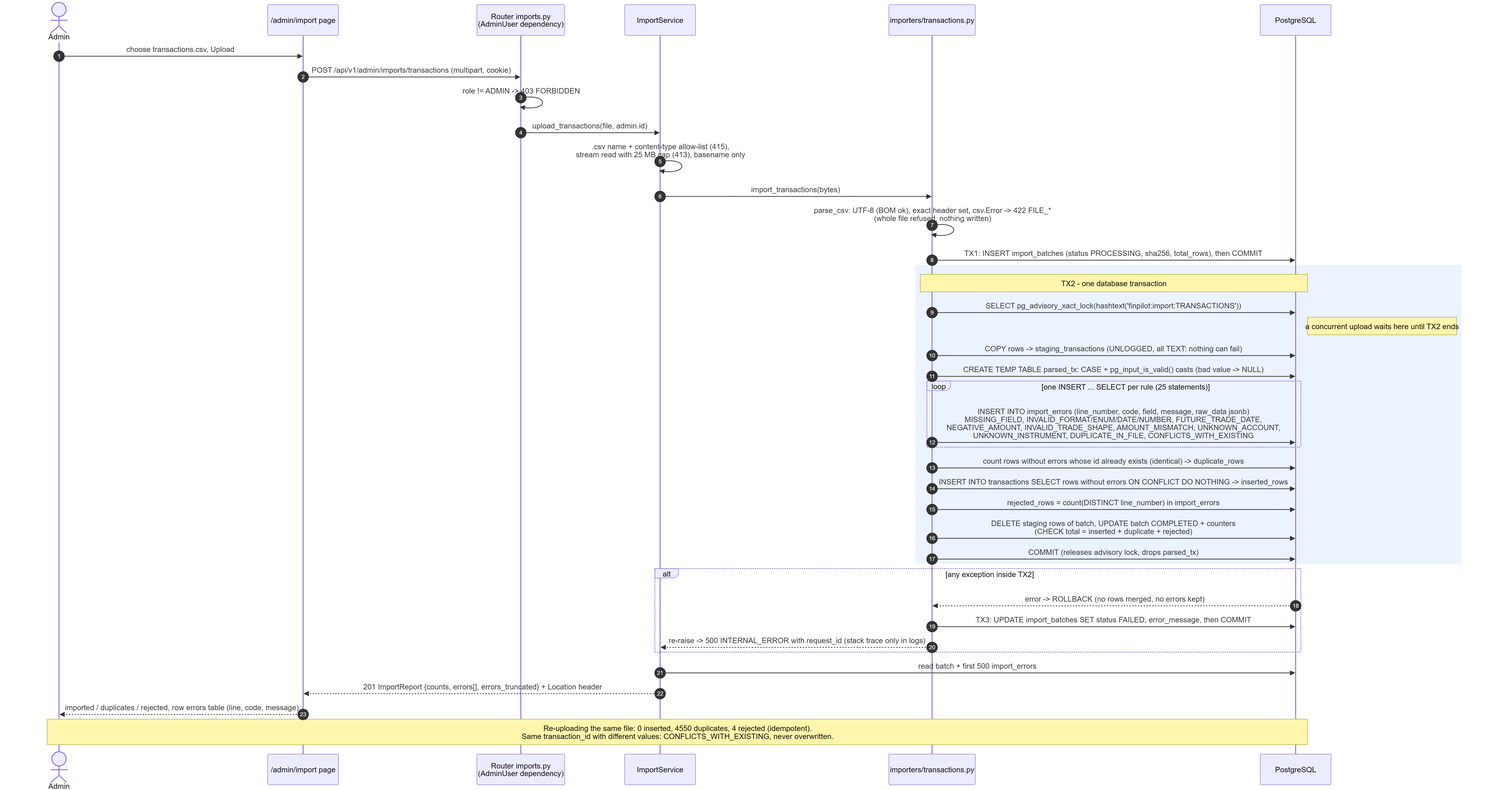
The Mermaid diagram docs/architecture/diagrams/csv-import-sequence.png in vijaytectra/finpilot, before a commit. Its source is kept beside it as docs/architecture/diagrams/csv-import-sequence.mmd. The source it was exported from:
```mermaid
sequenceDiagram
    autonumber
    actor A as Admin
    participant W as /admin/import page
    participant R as Router imports.py<br/>(AdminUser dependency)
    participant S as ImportService
    participant I as importers/transactions.py
    participant DB as PostgreSQL

    A->>W: choose transactions.csv, Upload
    W->>R: POST /api/v1/admin/imports/transactions (multipart, cookie)
    R->>R: role != ADMIN -> 403 FORBIDDEN
    R->>S: upload_transactions(file, admin.id)
    S->>S: .csv name + content-type allow-list (415),<br/>stream read with 25 MB cap (413), basename only
    S->>I: import_transactions(bytes)
    I->>I: parse_csv: UTF-8 (BOM ok), exact header set, csv.Error -> 422 FILE_*<br/>(whole file refused, nothing written)
    I->>DB: TX1: INSERT import_batches (status PROCESSING, sha256, total_rows), then COMMIT
    rect rgb(235, 243, 255)
    Note over I,DB: TX2 - one database transaction
    I->>DB: SELECT pg_advisory_xact_lock(hashtext('finpilot:import:TRANSACTIONS'))
    Note right of DB: a concurrent upload waits here until TX2 ends
    I->>DB: COPY rows -> staging_transactions (UNLOGGED, all TEXT: nothing can fail)
    I->>DB: CREATE TEMP TABLE parsed_tx: CASE + pg_input_is_valid() casts (bad value -> NULL)
    loop one INSERT ... SELECT per rule (25 statements)
        I->>DB: INSERT INTO import_errors (line_number, code, field, message, raw_data jsonb)<br/>MISSING_FIELD, INVALID_FORMAT/ENUM/DATE/NUMBER, FUTURE_TRADE_DATE,<br/>NEGATIVE_AMOUNT, INVALID_TRADE_SHAPE, AMOUNT_MISMATCH, UNKNOWN_ACCOUNT,<br/>UNKNOWN_INSTRUMENT, DUPLICATE_IN_FILE, CONFLICTS_WITH_EXISTING
    end
    I->>DB: count rows without errors whose id already exists (identical) -> duplicate_rows
    I->>DB: INSERT INTO transactions SELECT rows without errors ON CONFLICT DO NOTHING -> inserted_rows
    I->>DB: rejected_rows = count(DISTINCT line_number) in import_errors
    I->>DB: DELETE staging rows of batch, UPDATE batch COMPLETED + counters<br/>(CHECK total = inserted + duplicate + rejected)
    I->>DB: COMMIT (releases advisory lock, drops parsed_tx)
    end
    alt any exception inside TX2
        DB-->>I: error -> ROLLBACK (no rows merged, no errors kept)
        I->>DB: TX3: UPDATE import_batches SET status FAILED, error_message, then COMMIT
        I-->>S: re-raise -> 500 INTERNAL_ERROR with request_id (stack trace only in logs)
    end
    S->>DB: read batch + first 500 import_errors
    S-->>W: 201 ImportReport {counts, errors[], errors_truncated} + Location header
    W-->>A: imported / duplicates / rejected, row errors table (line, code, message)
    Note over A,DB: Re-uploading the same file: 0 inserted, 4550 duplicates, 4 rejected (idempotent).<br/>Same transaction_id with different values: CONFLICTS_WITH_EXISTING, never overwritten.
```
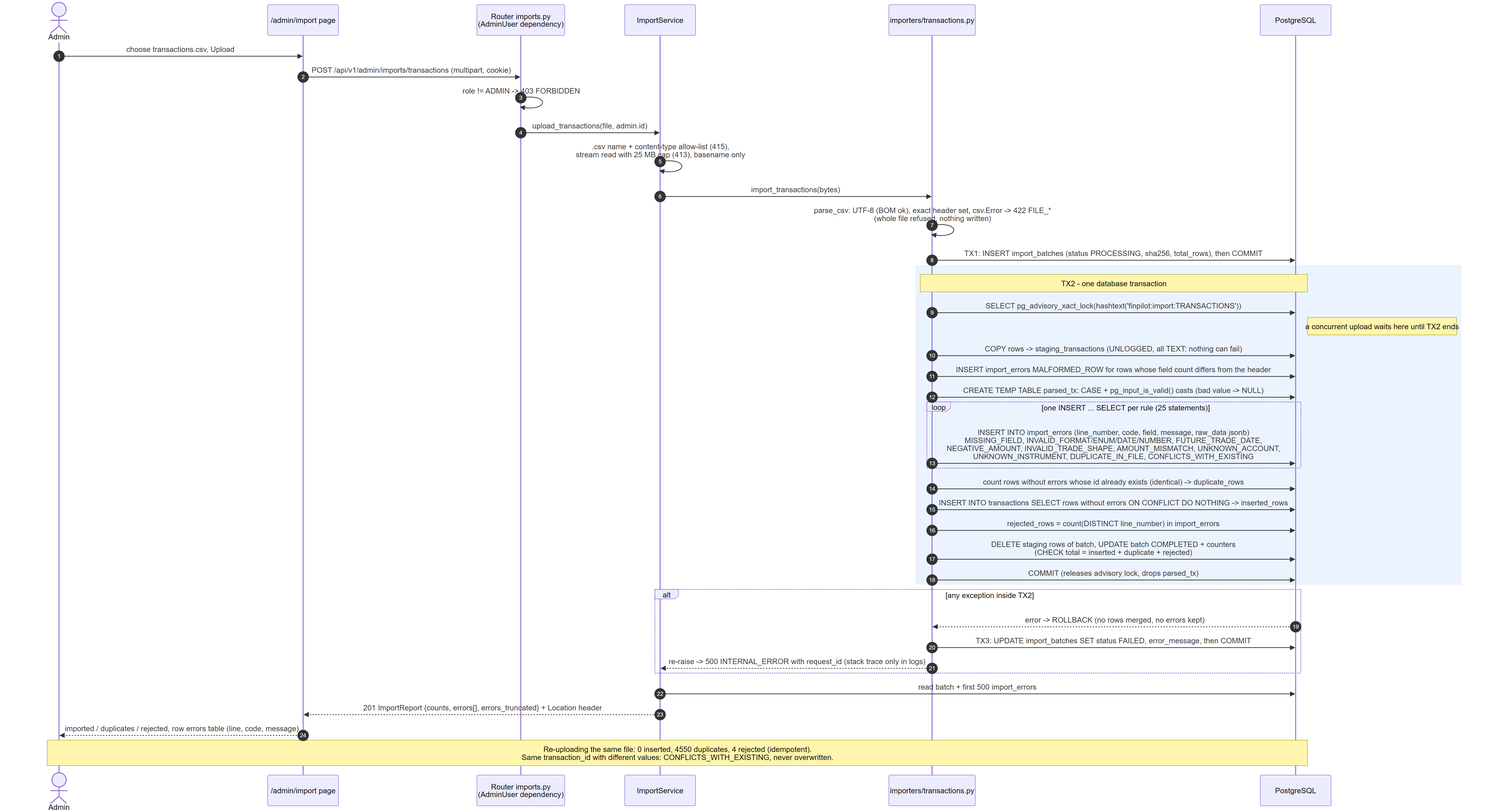
After the commit.

Commit message:
docs(arch): update diagrams for the containerised stack and MALFORMED_ROW

What changed in the source:
```diff
@@ -20,6 +20,7 @@
     I->>DB: SELECT pg_advisory_xact_lock(hashtext('finpilot:import:TRANSACTIONS'))
     Note right of DB: a concurrent upload waits here until TX2 ends
     I->>DB: COPY rows -> staging_transactions (UNLOGGED, all TEXT: nothing can fail)
+    I->>DB: INSERT import_errors MALFORMED_ROW for rows whose field count differs from the header
     I->>DB: CREATE TEMP TABLE parsed_tx: CASE + pg_input_is_valid() casts (bad value -> NULL)
     loop one INSERT ... SELECT per rule (25 statements)
         I->>DB: INSERT INTO import_errors (line_number, code, field, message, raw_data jsonb)<br/>MISSING_FIELD, INVALID_FORMAT/ENUM/DATE/NUMBER, FUTURE_TRADE_DATE,<br/>NEGATIVE_AMOUNT, INVALID_TRADE_SHAPE, AMOUNT_MISMATCH, UNKNOWN_ACCOUNT,<br/>UNKNOWN_INSTRUMENT, DUPLICATE_IN_FILE, CONFLICTS_WITH_EXISTING
```
